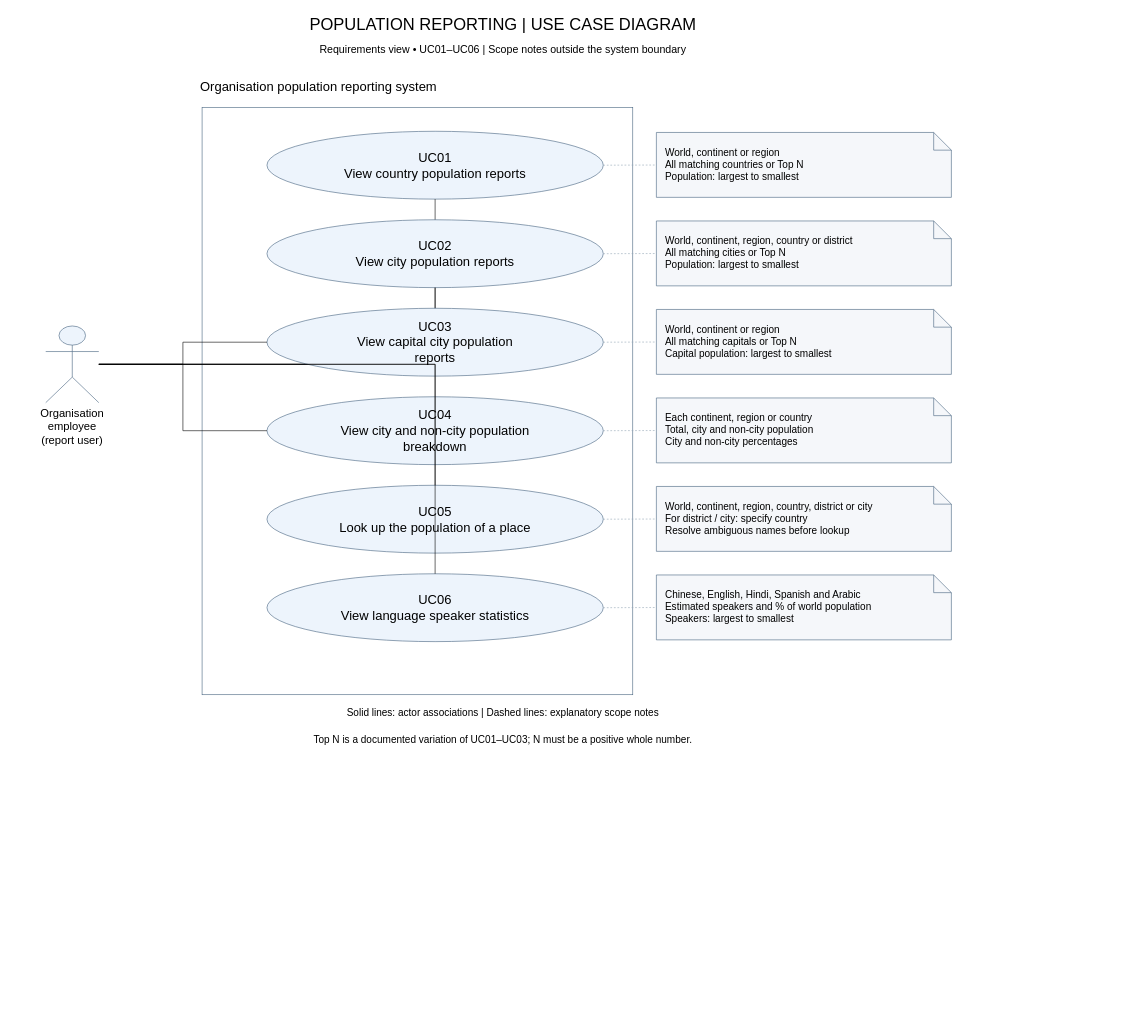
The draw.io diagram docs/diagrams/use-case-diagram.drawio in Lancelcode/set08103-group4-coursework, before the edit. Source tidied: cells renumbered, new cells numbered last; positions are measured from the earlier drawing's top-left corner, leaving out a move shared by most shapes. Both pictures are drawn from the tidied source at 59%, with x=0, y=0 at pixel (45, 10).
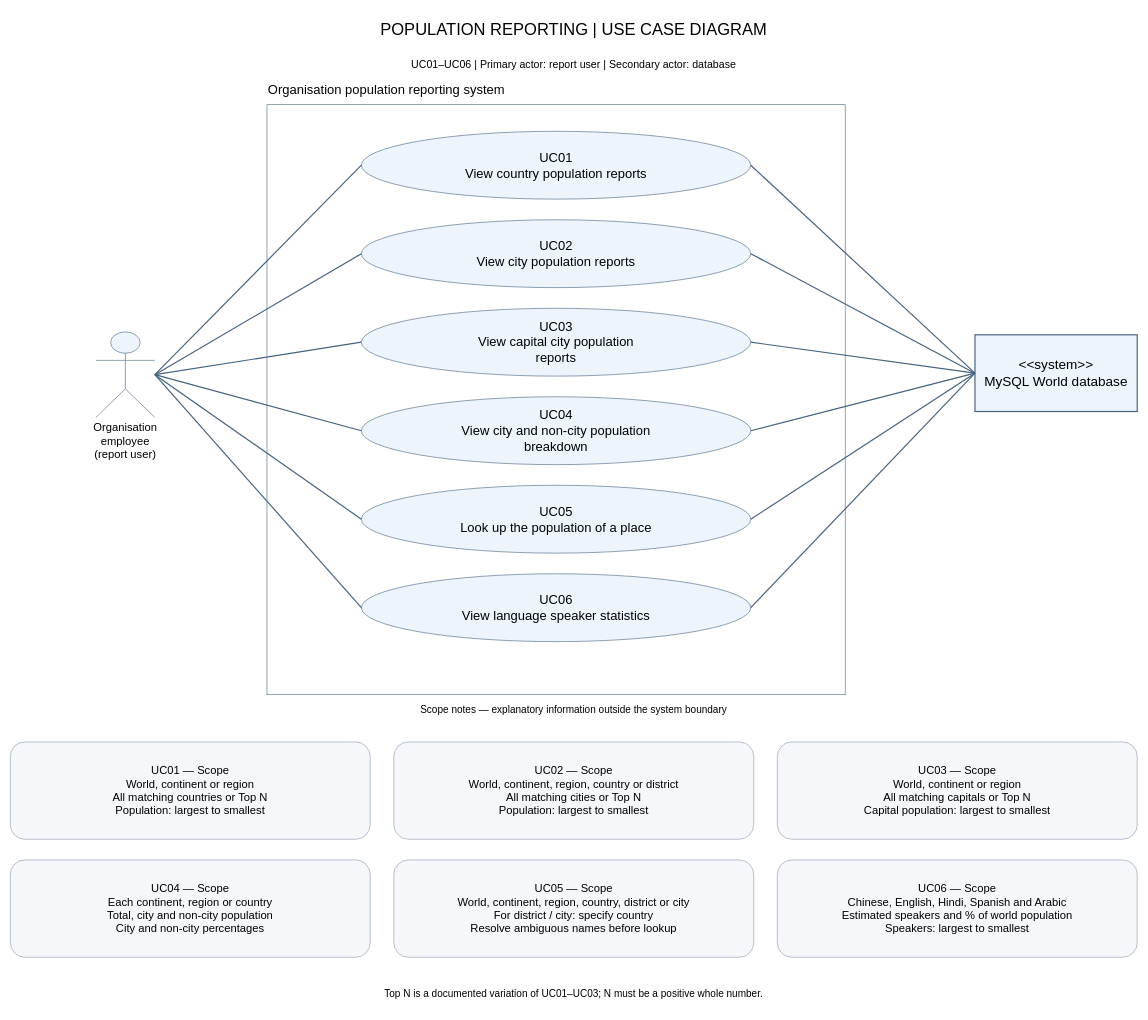
Above is the later version.

Commit message (it also covers changes not shown here):
Show World database as secondary actor in use case diagram (#124)

The edit, as a diff of the source:
```diff
@@
     <mxCell id="2" style="rounded=0;whiteSpace=wrap;html=0;verticalAlign=top;spacingTop=15;fontSize=24;fillColor=none;strokeColor=#45627e;" parent="1" vertex="1">
-      <mxGeometry x="265" y="165" width="730" height="995" as="geometry" />
+      <mxGeometry x="375" y="160" width="980" height="1000" as="geometry" />
     </mxCell>
     <mxCell id="3" value="Organisation employee&#10;(report user)" style="whiteSpace=wrap;html=0;fontSize=19;fillColor=#edf4fc;strokeColor=#45627e;shape=umlActor;verticalLabelPosition=bottom;verticalAlign=top;" parent="1" vertex="1">
-      <mxGeometry y="535" width="90" height="130" as="geometry" />
+      <mxGeometry x="85" y="545" width="100" height="145" as="geometry" />
     </mxCell>
     <mxCell id="4" value="UC01&#10;View country population reports" style="whiteSpace=wrap;html=0;fontSize=22;fillColor=#edf4fc;strokeColor=#45627e;ellipse;" parent="1" vertex="1">
-      <mxGeometry x="375" y="205" width="570" height="115" as="geometry" />
+      <mxGeometry x="535" y="205" width="660" height="115" as="geometry" />
     </mxCell>
-    <mxCell id="5" style="edgeStyle=orthogonalEdgeStyle;rounded=0;html=0;endArrow=none;" parent="1" edge="1" source="3" target="4">
+    <mxCell id="5" style="edgeStyle=none;endArrow=none;startArrow=none;strokeColor=#45627e;strokeWidth=2;exitX=1;exitY=0.5;entryX=0;entryY=0.5;" parent="1" edge="1" source="3" target="4">
       <mxGeometry relative="1" as="geometry" />
     </mxCell>
-    <mxCell id="6" value="World, continent or region&#10;All matching countries or Top N&#10;Population: largest to smallest" style="whiteSpace=wrap;html=0;fontSize=17;fillColor=#f5f7fa;strokeColor=#45627e;rounded=1;shape=note;align=left;spacing=15;" parent="1" vertex="1">
-      <mxGeometry x="1035" y="207" width="500" height="110" as="geometry" />
+    <mxCell id="6" value="UC01 — Scope&#10;World, continent or region&#10;All matching countries or Top N&#10;Population: largest to smallest" style="rounded=1;whiteSpace=wrap;html=0;fontSize=19;fillColor=#f5f7fa;strokeColor=#8898a9;align=center;" parent="1" vertex="1">
+      <mxGeometry x="-60" y="1240" width="610" height="165" as="geometry" />
     </mxCell>
-    <mxCell id="7" style="endArrow=none;dashed=1;html=0;strokeColor=#93a5b5;" parent="1" edge="1" source="4" target="6">
-      <mxGeometry relative="1" as="geometry" />
-    </mxCell>
     <mxCell id="8" value="UC02&#10;View city population reports" style="whiteSpace=wrap;html=0;fontSize=22;fillColor=#edf4fc;strokeColor=#45627e;ellipse;" parent="1" vertex="1">
-      <mxGeometry x="375" y="355" width="570" height="115" as="geometry" />
+      <mxGeometry x="535" y="355" width="660" height="115" as="geometry" />
     </mxCell>
-    <mxCell id="9" style="edgeStyle=orthogonalEdgeStyle;rounded=0;html=0;endArrow=none;" parent="1" edge="1" source="3" target="8">
+    <mxCell id="9" style="edgeStyle=none;endArrow=none;startArrow=none;strokeColor=#45627e;strokeWidth=2;exitX=1;exitY=0.5;entryX=0;entryY=0.5;" parent="1" edge="1" source="3" target="8">
       <mxGeometry relative="1" as="geometry" />
     </mxCell>
-    <mxCell id="10" value="World, continent, region, country or district&#10;All matching cities or Top N&#10;Population: largest to smallest" style="whiteSpace=wrap;html=0;fontSize=17;fillColor=#f5f7fa;strokeColor=#45627e;rounded=1;shape=note;align=left;spacing=15;" parent="1" vertex="1">
-      <mxGeometry x="1035" y="357" width="500" height="110" as="geometry" />
+    <mxCell id="10" value="UC02 — Scope&#10;World, continent, region, country or district&#10;All matching cities or Top N&#10;Population: largest to smallest" style="rounded=1;whiteSpace=wrap;html=0;fontSize=19;fillColor=#f5f7fa;strokeColor=#8898a9;align=center;" parent="1" vertex="1">
+      <mxGeometry x="590" y="1240" width="610" height="165" as="geometry" />
     </mxCell>
-    <mxCell id="11" style="endArrow=none;dashed=1;html=0;strokeColor=#93a5b5;" parent="1" edge="1" source="8" target="10">
-      <mxGeometry relative="1" as="geometry" />
-    </mxCell>
     <mxCell id="12" value="UC03&#10;View capital city population&#10;reports" style="whiteSpace=wrap;html=0;fontSize=22;fillColor=#edf4fc;strokeColor=#45627e;ellipse;" parent="1" vertex="1">
-      <mxGeometry x="375" y="505" width="570" height="115" as="geometry" />
+      <mxGeometry x="535" y="505" width="660" height="115" as="geometry" />
     </mxCell>
-    <mxCell id="13" style="edgeStyle=orthogonalEdgeStyle;rounded=0;html=0;endArrow=none;" parent="1" edge="1" source="3" target="12">
+    <mxCell id="13" style="edgeStyle=none;endArrow=none;startArrow=none;strokeColor=#45627e;strokeWidth=2;exitX=1;exitY=0.5;entryX=0;entryY=0.5;" parent="1" edge="1" source="3" target="12">
       <mxGeometry relative="1" as="geometry" />
     </mxCell>
-    <mxCell id="14" value="World, continent or region&#10;All matching capitals or Top N&#10;Capital population: largest to smallest" style="whiteSpace=wrap;html=0;fontSize=17;fillColor=#f5f7fa;strokeColor=#45627e;rounded=1;shape=note;align=left;spacing=15;" parent="1" vertex="1">
-      <mxGeometry x="1035" y="507" width="500" height="110" as="geometry" />
+    <mxCell id="14" value="UC03 — Scope&#10;World, continent or region&#10;All matching capitals or Top N&#10;Capital population: largest to smallest" style="rounded=1;whiteSpace=wrap;html=0;fontSize=19;fillColor=#f5f7fa;strokeColor=#8898a9;align=center;" parent="1" vertex="1">
+      <mxGeometry x="1240" y="1240" width="610" height="165" as="geometry" />
     </mxCell>
-    <mxCell id="15" style="endArrow=none;dashed=1;html=0;strokeColor=#93a5b5;" parent="1" edge="1" source="12" target="14">
-      <mxGeometry relative="1" as="geometry" />
-    </mxCell>
     <mxCell id="16" value="UC04&#10;View city and non-city population&#10;breakdown" style="whiteSpace=wrap;html=0;fontSize=22;fillColor=#edf4fc;strokeColor=#45627e;ellipse;" parent="1" vertex="1">
-      <mxGeometry x="375" y="655" width="570" height="115" as="geometry" />
+      <mxGeometry x="535" y="655" width="660" height="115" as="geometry" />
     </mxCell>
-    <mxCell id="17" style="edgeStyle=orthogonalEdgeStyle;rounded=0;html=0;endArrow=none;" parent="1" edge="1" source="3" target="16">
+    <mxCell id="17" style="edgeStyle=none;endArrow=none;startArrow=none;strokeColor=#45627e;strokeWidth=2;exitX=1;exitY=0.5;entryX=0;entryY=0.5;" parent="1" edge="1" source="3" target="16">
       <mxGeometry relative="1" as="geometry" />
     </mxCell>
-    <mxCell id="18" value="Each continent, region or country&#10;Total, city and non-city population&#10;City and non-city percentages" style="whiteSpace=wrap;html=0;fontSize=17;fillColor=#f5f7fa;strokeColor=#45627e;rounded=1;shape=note;align=left;spacing=15;" parent="1" vertex="1">
-      <mxGeometry x="1035" y="657" width="500" height="110" as="geometry" />
+    <mxCell id="18" value="UC04 — Scope&#10;Each continent, region or country&#10;Total, city and non-city population&#10;City and non-city percentages" style="rounded=1;whiteSpace=wrap;html=0;fontSize=19;fillColor=#f5f7fa;strokeColor=#8898a9;align=center;" parent="1" vertex="1">
+      <mxGeometry x="-60" y="1440" width="610" height="165" as="geometry" />
     </mxCell>
-    <mxCell id="19" style="endArrow=none;dashed=1;html=0;strokeColor=#93a5b5;" parent="1" edge="1" source="16" target="18">
-      <mxGeometry relative="1" as="geometry" />
-    </mxCell>
     <mxCell id="20" value="UC05&#10;Look up the population of a place" style="whiteSpace=wrap;html=0;fontSize=22;fillColor=#edf4fc;strokeColor=#45627e;ellipse;" parent="1" vertex="1">
-      <mxGeometry x="375" y="805" width="570" height="115" as="geometry" />
+      <mxGeometry x="535" y="805" width="660" height="115" as="geometry" />
     </mxCell>
-    <mxCell id="21" style="edgeStyle=orthogonalEdgeStyle;rounded=0;html=0;endArrow=none;" parent="1" edge="1" source="3" target="20">
+    <mxCell id="21" style="edgeStyle=none;endArrow=none;startArrow=none;strokeColor=#45627e;strokeWidth=2;exitX=1;exitY=0.5;entryX=0;entryY=0.5;" parent="1" edge="1" source="3" target="20">
       <mxGeometry relative="1" as="geometry" />
     </mxCell>
-    <mxCell id="22" value="World, continent, region, country, district or city&#10;For district / city: specify country&#10;Resolve ambiguous names before lookup" style="whiteSpace=wrap;html=0;fontSize=17;fillColor=#f5f7fa;strokeColor=#45627e;rounded=1;shape=note;align=left;spacing=15;" parent="1" vertex="1">
-      <mxGeometry x="1035" y="807" width="500" height="110" as="geometry" />
+    <mxCell id="22" value="UC05 — Scope&#10;World, continent, region, country, district or city&#10;For district / city: specify country&#10;Resolve ambiguous names before lookup" style="rounded=1;whiteSpace=wrap;html=0;fontSize=19;fillColor=#f5f7fa;strokeColor=#8898a9;align=center;" parent="1" vertex="1">
+      <mxGeometry x="590" y="1440" width="610" height="165" as="geometry" />
     </mxCell>
-    <mxCell id="23" style="endArrow=none;dashed=1;html=0;strokeColor=#93a5b5;" parent="1" edge="1" source="20" target="22">
-      <mxGeometry relative="1" as="geometry" />
-    </mxCell>
     <mxCell id="24" value="UC06&#10;View language speaker statistics" style="whiteSpace=wrap;html=0;fontSize=22;fillColor=#edf4fc;strokeColor=#45627e;ellipse;" parent="1" vertex="1">
-      <mxGeometry x="375" y="955" width="570" height="115" as="geometry" />
+      <mxGeometry x="535" y="955" width="660" height="115" as="geometry" />
     </mxCell>
-    <mxCell id="25" style="edgeStyle=orthogonalEdgeStyle;rounded=0;html=0;endArrow=none;" parent="1" edge="1" source="3" target="24">
+    <mxCell id="25" style="edgeStyle=none;endArrow=none;startArrow=none;strokeColor=#45627e;strokeWidth=2;exitX=1;exitY=0.5;entryX=0;entryY=0.5;" parent="1" edge="1" source="3" target="24">
       <mxGeometry relative="1" as="geometry" />
     </mxCell>
-    <mxCell id="26" value="Chinese, English, Hindi, Spanish and Arabic&#10;Estimated speakers and % of world population&#10;Speakers: largest to smallest" style="whiteSpace=wrap;html=0;fontSize=17;fillColor=#f5f7fa;strokeColor=#45627e;rounded=1;shape=note;align=left;spacing=15;" parent="1" vertex="1">
-      <mxGeometry x="1035" y="957" width="500" height="110" as="geometry" />
+    <mxCell id="26" value="UC06 — Scope&#10;Chinese, English, Hindi, Spanish and Arabic&#10;Estimated speakers and % of world population&#10;Speakers: largest to smallest" style="rounded=1;whiteSpace=wrap;html=0;fontSize=19;fillColor=#f5f7fa;strokeColor=#8898a9;align=center;" parent="1" vertex="1">
+      <mxGeometry x="1240" y="1440" width="610" height="165" as="geometry" />
     </mxCell>
-    <mxCell id="27" style="endArrow=none;dashed=1;html=0;strokeColor=#93a5b5;" parent="1" edge="1" source="24" target="26">
-      <mxGeometry relative="1" as="geometry" />
-    </mxCell>
     <mxCell id="28" value="POPULATION REPORTING | USE CASE DIAGRAM" style="text;html=0;whiteSpace=wrap;align=center;fontSize=28;strokeColor=none;fillColor=none;" parent="1" vertex="1">
-      <mxGeometry x="95" width="1360" height="50" as="geometry" />
+      <mxGeometry x="45" y="10" width="1700" height="60" as="geometry" />
     </mxCell>
-    <mxCell id="29" value="Requirements view • UC01–UC06 | Scope notes outside the system boundary" style="text;html=0;whiteSpace=wrap;align=center;fontSize=18;strokeColor=none;fillColor=none;" parent="1" vertex="1">
-      <mxGeometry x="195" y="50" width="1160" height="40" as="geometry" />
+    <mxCell id="29" value="UC01–UC06 | Primary actor: report user | Secondary actor: database" style="text;html=0;whiteSpace=wrap;align=center;fontSize=18;strokeColor=none;fillColor=none;" parent="1" vertex="1">
+      <mxGeometry x="95" y="75" width="1600" height="40" as="geometry" />
     </mxCell>
-    <mxCell id="30" value="Solid lines: actor associations | Dashed lines: explanatory scope notes" style="text;html=0;whiteSpace=wrap;align=center;fontSize=17;strokeColor=none;fillColor=none;" parent="1" vertex="1">
-      <mxGeometry x="95" y="1175" width="1360" height="45" as="geometry" />
+    <mxCell id="30" value="Scope notes — explanatory information outside the system boundary" style="text;html=0;whiteSpace=wrap;align=center;fontSize=17;strokeColor=none;fillColor=none;" parent="1" vertex="1">
+      <mxGeometry x="-5" y="1170" width="1800" height="40" as="geometry" />
     </mxCell>
     <mxCell id="31" value="Top N is a documented variation of UC01–UC03; N must be a positive whole number." style="text;html=0;whiteSpace=wrap;align=center;fontSize=17;strokeColor=none;fillColor=none;" parent="1" vertex="1">
-      <mxGeometry x="45" y="1220" width="1460" height="40" as="geometry" />
+      <mxGeometry x="-5" y="1650" width="1800" height="45" as="geometry" />
     </mxCell>
     <mxCell id="32" value="Organisation population reporting system" style="text;html=0;whiteSpace=wrap;fontSize=22;strokeColor=none;fillColor=none;" parent="1" vertex="1">
-      <mxGeometry x="260" y="110" width="740" height="45" as="geometry" />
+      <mxGeometry x="375" y="115" width="980" height="40" as="geometry" />
     </mxCell>
+    <mxCell id="33" value="&lt;&lt;system&gt;&gt;&#10;MySQL World database" style="rounded=0;whiteSpace=wrap;html=0;fontSize=23;fillColor=#edf4fc;strokeColor=#45627e;strokeWidth=2;" parent="1" vertex="1">
+      <mxGeometry x="1575" y="550" width="275" height="130" as="geometry" />
+    </mxCell>
+    <mxCell id="34" style="edgeStyle=none;endArrow=none;startArrow=none;strokeColor=#45627e;strokeWidth=2;exitX=1;exitY=0.5;entryX=0;entryY=0.5;" parent="1" edge="1" source="4" target="33">
+      <mxGeometry relative="1" as="geometry" />
+    </mxCell>
+    <mxCell id="35" style="edgeStyle=none;endArrow=none;startArrow=none;strokeColor=#45627e;strokeWidth=2;exitX=1;exitY=0.5;entryX=0;entryY=0.5;" parent="1" edge="1" source="8" target="33">
+      <mxGeometry relative="1" as="geometry" />
+    </mxCell>
+    <mxCell id="36" style="edgeStyle=none;endArrow=none;startArrow=none;strokeColor=#45627e;strokeWidth=2;exitX=1;exitY=0.5;entryX=0;entryY=0.5;" parent="1" edge="1" source="12" target="33">
+      <mxGeometry relative="1" as="geometry" />
+    </mxCell>
+    <mxCell id="37" style="edgeStyle=none;endArrow=none;startArrow=none;strokeColor=#45627e;strokeWidth=2;exitX=1;exitY=0.5;entryX=0;entryY=0.5;" parent="1" edge="1" source="16" target="33">
+      <mxGeometry relative="1" as="geometry" />
+    </mxCell>
+    <mxCell id="38" style="edgeStyle=none;endArrow=none;startArrow=none;strokeColor=#45627e;strokeWidth=2;exitX=1;exitY=0.5;entryX=0;entryY=0.5;" parent="1" edge="1" source="20" target="33">
+      <mxGeometry relative="1" as="geometry" />
+    </mxCell>
+    <mxCell id="39" style="edgeStyle=none;endArrow=none;startArrow=none;strokeColor=#45627e;strokeWidth=2;exitX=1;exitY=0.5;entryX=0;entryY=0.5;" parent="1" edge="1" source="24" target="33">
+      <mxGeometry relative="1" as="geometry" />
+    </mxCell>
```
